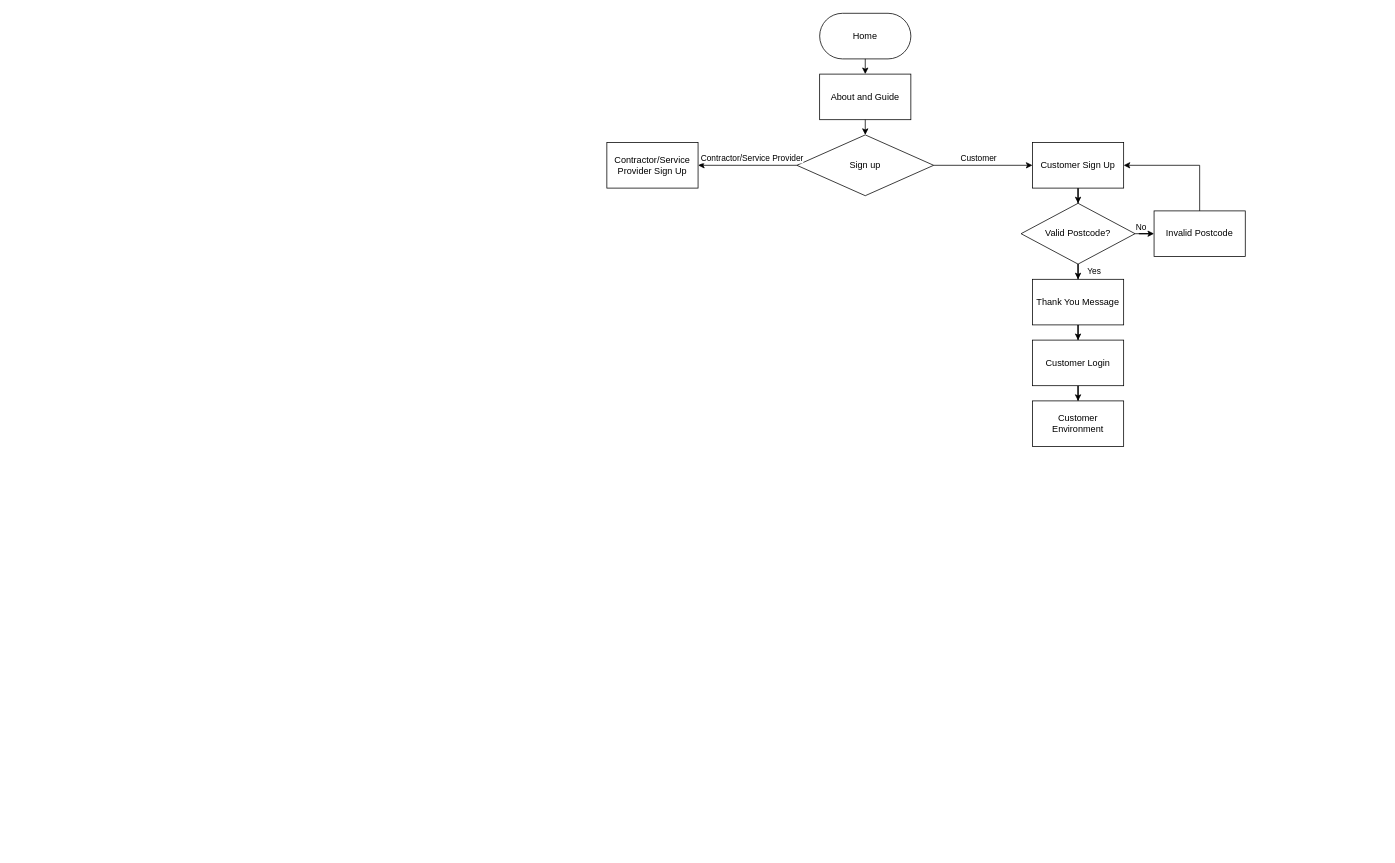
The draw.io diagram WDT Flowchart.drawio in JussSelenite/JussSelenite, before the edit. Source tidied: cells renumbered, new cells numbered last; positions are measured from the earlier drawing's top-left corner, leaving out a move shared by most shapes. Both pictures are drawn from the tidied source at 76%, with x=0, y=0 at pixel (606, 13).
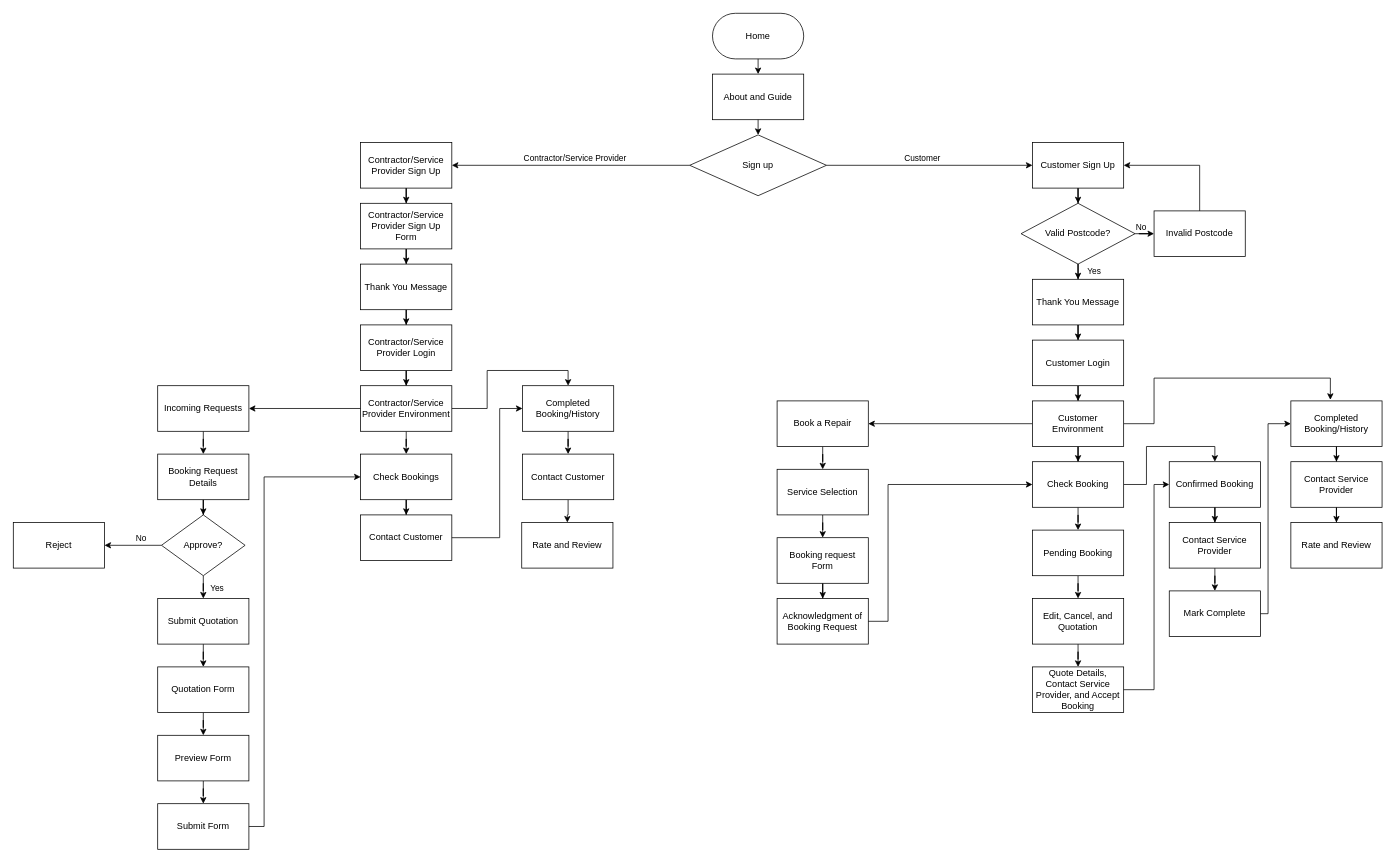
Above is the later version.

Unchanged cells that the change refers to:
```xml
<mxCell id="25" value="Customer Environment" style="rounded=0;whiteSpace=wrap;html=1;" parent="1" vertex="1">
  <mxGeometry x="560" y="510" width="120" height="60" as="geometry" />
</mxCell>
```

Diff of the diagram source:
```diff
@@
     <mxCell id="2" value="Home" style="rounded=1;whiteSpace=wrap;html=1;arcSize=50;" parent="1" vertex="1">
-      <mxGeometry x="280" width="120" height="60" as="geometry" />
+      <mxGeometry x="139" width="120" height="60" as="geometry" />
     </mxCell>
     <mxCell id="3" value="About and Guide" style="rounded=0;whiteSpace=wrap;html=1;" parent="1" vertex="1">
-      <mxGeometry x="280" y="80" width="120" height="60" as="geometry" />
+      <mxGeometry x="139" y="80" width="120" height="60" as="geometry" />
     </mxCell>
     <mxCell id="4" value="Sign up" style="rhombus;whiteSpace=wrap;html=1;" parent="1" vertex="1">
-      <mxGeometry x="250" y="160" width="180" height="80" as="geometry" />
+      <mxGeometry x="109" y="160" width="180" height="80" as="geometry" />
     </mxCell>
@@
+    <mxCell id="26" style="edgeStyle=orthogonalEdgeStyle;rounded=0;jettySize=auto;html=1;" parent="1" edge="1" source="7" target="59">
+      <mxGeometry relative="1" as="geometry" />
+    </mxCell>
     <mxCell id="7" value="Contractor/Service Provider Sign Up" style="rounded=0;whiteSpace=wrap;html=1;" parent="1" vertex="1">
-      <mxGeometry y="170" width="120" height="60" as="geometry" />
+      <mxGeometry x="-324" y="170" width="120" height="60" as="geometry" />
     </mxCell>
@@
+    <mxCell id="27" style="edgeStyle=orthogonalEdgeStyle;rounded=0;jettySize=auto;html=1;entryX=0.433;entryY=-0.024;entryDx=0;entryDy=0;entryPerimeter=0;" parent="1" edge="1" source="25" target="36">
+      <mxGeometry relative="1" as="geometry">
+        <Array as="points">
+          <mxPoint x="720" y="540" />
+          <mxPoint x="720" y="480" />
+          <mxPoint x="952" y="480" />
+        </Array>
+      </mxGeometry>
+    </mxCell>
+    <mxCell id="28" style="edgeStyle=orthogonalEdgeStyle;rounded=0;jettySize=auto;html=1;" parent="1" edge="1" source="25" target="34">
+      <mxGeometry relative="1" as="geometry" />
+    </mxCell>
+    <mxCell id="29" style="edgeStyle=orthogonalEdgeStyle;rounded=0;jettySize=auto;html=1;" parent="1" edge="1" source="25" target="31">
+      <mxGeometry relative="1" as="geometry" />
+    </mxCell>
@@
+    <mxCell id="30" style="edgeStyle=orthogonalEdgeStyle;rounded=0;jettySize=auto;html=1;" parent="1" edge="1" source="31" target="38">
+      <mxGeometry relative="1" as="geometry" />
+    </mxCell>
+    <mxCell id="31" value="Book a Repair" style="rounded=0;whiteSpace=wrap;html=1;" parent="1" vertex="1">
+      <mxGeometry x="224" y="510" width="120" height="60" as="geometry" />
+    </mxCell>
+    <mxCell id="32" style="edgeStyle=orthogonalEdgeStyle;rounded=0;jettySize=auto;html=1;entryX=0.5;entryY=0;entryDx=0;entryDy=0;" parent="1" edge="1" source="34" target="45">
+      <mxGeometry relative="1" as="geometry" />
+    </mxCell>
+    <mxCell id="33" style="edgeStyle=orthogonalEdgeStyle;rounded=0;jettySize=auto;html=1;" parent="1" edge="1" source="34" target="43">
+      <mxGeometry relative="1" as="geometry" />
+    </mxCell>
+    <mxCell id="34" value="Check Booking" style="rounded=0;whiteSpace=wrap;html=1;" parent="1" vertex="1">
+      <mxGeometry x="560" y="590" width="120" height="60" as="geometry" />
+    </mxCell>
+    <mxCell id="35" style="edgeStyle=orthogonalEdgeStyle;rounded=0;jettySize=auto;html=1;" parent="1" edge="1" source="36" target="53">
+      <mxGeometry relative="1" as="geometry" />
+    </mxCell>
+    <mxCell id="36" value="Completed Booking/History" style="rounded=0;whiteSpace=wrap;html=1;" parent="1" vertex="1">
+      <mxGeometry x="900" y="510" width="120" height="60" as="geometry" />
+    </mxCell>
+    <mxCell id="37" style="edgeStyle=orthogonalEdgeStyle;rounded=0;jettySize=auto;html=1;" parent="1" edge="1" source="38" target="40">
+      <mxGeometry relative="1" as="geometry" />
+    </mxCell>
+    <mxCell id="38" value="Service Selection" style="rounded=0;whiteSpace=wrap;html=1;" parent="1" vertex="1">
+      <mxGeometry x="224" y="600" width="120" height="60" as="geometry" />
+    </mxCell>
+    <mxCell id="39" style="edgeStyle=orthogonalEdgeStyle;rounded=0;jettySize=auto;html=1;" parent="1" edge="1" source="40" target="41">
+      <mxGeometry relative="1" as="geometry" />
+    </mxCell>
+    <mxCell id="40" value="Booking request Form" style="rounded=0;whiteSpace=wrap;html=1;" parent="1" vertex="1">
+      <mxGeometry x="224" y="690" width="120" height="60" as="geometry" />
+    </mxCell>
+    <mxCell id="41" value="Acknowledgment of Booking Request" style="rounded=0;whiteSpace=wrap;html=1;" parent="1" vertex="1">
+      <mxGeometry x="224" y="770" width="120" height="60" as="geometry" />
+    </mxCell>
+    <mxCell id="42" style="edgeStyle=orthogonalEdgeStyle;rounded=0;jettySize=auto;html=1;" parent="1" edge="1" source="43" target="50">
+      <mxGeometry relative="1" as="geometry" />
+    </mxCell>
+    <mxCell id="43" value="Pending Booking" style="rounded=0;whiteSpace=wrap;html=1;" parent="1" vertex="1">
+      <mxGeometry x="560" y="680" width="120" height="60" as="geometry" />
+    </mxCell>
+    <mxCell id="44" style="edgeStyle=orthogonalEdgeStyle;rounded=0;jettySize=auto;html=1;" parent="1" edge="1" source="45" target="47">
+      <mxGeometry relative="1" as="geometry" />
+    </mxCell>
+    <mxCell id="45" value="Confirmed Booking" style="rounded=0;whiteSpace=wrap;html=1;" parent="1" vertex="1">
+      <mxGeometry x="740" y="590" width="120" height="60" as="geometry" />
+    </mxCell>
+    <mxCell id="46" style="edgeStyle=orthogonalEdgeStyle;rounded=0;jettySize=auto;html=1;" parent="1" edge="1" source="47" target="48">
+      <mxGeometry relative="1" as="geometry" />
+    </mxCell>
+    <mxCell id="47" value="Contact Service Provider" style="rounded=0;whiteSpace=wrap;html=1;" parent="1" vertex="1">
+      <mxGeometry x="740" y="670" width="120" height="60" as="geometry" />
+    </mxCell>
+    <mxCell id="48" value="Mark Complete" style="rounded=0;whiteSpace=wrap;html=1;" parent="1" vertex="1">
+      <mxGeometry x="740" y="760" width="120" height="60" as="geometry" />
+    </mxCell>
+    <mxCell id="49" style="edgeStyle=orthogonalEdgeStyle;rounded=0;jettySize=auto;html=1;" parent="1" edge="1" source="50" target="51">
+      <mxGeometry relative="1" as="geometry" />
+    </mxCell>
+    <mxCell id="50" value="Edit, Cancel, and Quotation" style="rounded=0;whiteSpace=wrap;html=1;" parent="1" vertex="1">
+      <mxGeometry x="560" y="770" width="120" height="60" as="geometry" />
+    </mxCell>
+    <mxCell id="51" value="Quote Details, Contact Service Provider, and Accept Booking" style="rounded=0;whiteSpace=wrap;html=1;" parent="1" vertex="1">
+      <mxGeometry x="560" y="860" width="120" height="60" as="geometry" />
+    </mxCell>
+    <mxCell id="52" style="edgeStyle=orthogonalEdgeStyle;rounded=0;jettySize=auto;html=1;" parent="1" edge="1" source="53" target="54">
+      <mxGeometry relative="1" as="geometry" />
+    </mxCell>
+    <mxCell id="53" value="Contact Service Provider" style="rounded=0;whiteSpace=wrap;html=1;" parent="1" vertex="1">
+      <mxGeometry x="900" y="590" width="120" height="60" as="geometry" />
+    </mxCell>
+    <mxCell id="54" value="Rate and Review" style="rounded=0;whiteSpace=wrap;html=1;" parent="1" vertex="1">
+      <mxGeometry x="900" y="670" width="120" height="60" as="geometry" />
+    </mxCell>
+    <mxCell id="55" style="endArrow=classic;html=1;rounded=0;entryX=0;entryY=0.5;entryDx=0;entryDy=0;exitX=1;exitY=0.5;exitDx=0;exitDy=0;" parent="1" edge="1" source="41" target="34">
+      <mxGeometry relative="1" as="geometry">
+        <Array as="points">
+          <mxPoint x="370" y="800" />
+          <mxPoint x="370" y="620" />
+        </Array>
+      </mxGeometry>
+    </mxCell>
+    <mxCell id="56" style="endArrow=classic;html=1;rounded=0;entryX=0;entryY=0.5;entryDx=0;entryDy=0;exitX=1;exitY=0.5;exitDx=0;exitDy=0;" parent="1" edge="1" source="51" target="45">
+      <mxGeometry relative="1" as="geometry">
+        <Array as="points">
+          <mxPoint x="720" y="890" />
+          <mxPoint x="720" y="620" />
+        </Array>
+      </mxGeometry>
+    </mxCell>
+    <mxCell id="57" style="endArrow=classic;html=1;rounded=0;exitX=1;exitY=0.5;exitDx=0;exitDy=0;entryX=0;entryY=0.5;entryDx=0;entryDy=0;" parent="1" edge="1" source="48" target="36">
+      <mxGeometry relative="1" as="geometry">
+        <Array as="points">
+          <mxPoint x="870" y="790" />
+          <mxPoint x="870" y="540" />
+        </Array>
+      </mxGeometry>
+    </mxCell>
+    <mxCell id="58" style="edgeStyle=orthogonalEdgeStyle;rounded=0;jettySize=auto;html=1;" parent="1" edge="1" source="59" target="61">
+      <mxGeometry relative="1" as="geometry" />
+    </mxCell>
+    <mxCell id="59" value="Contractor/Service Provider Sign Up Form" style="rounded=0;whiteSpace=wrap;html=1;" parent="1" vertex="1">
+      <mxGeometry x="-324" y="250" width="120" height="60" as="geometry" />
+    </mxCell>
+    <mxCell id="60" style="edgeStyle=orthogonalEdgeStyle;rounded=0;jettySize=auto;html=1;" parent="1" edge="1" source="61" target="63">
+      <mxGeometry relative="1" as="geometry" />
+    </mxCell>
+    <mxCell id="61" value="Thank You Message" style="rounded=0;whiteSpace=wrap;html=1;" parent="1" vertex="1">
+      <mxGeometry x="-324" y="330" width="120" height="60" as="geometry" />
+    </mxCell>
+    <mxCell id="62" style="edgeStyle=orthogonalEdgeStyle;rounded=0;jettySize=auto;html=1;" parent="1" edge="1" source="63" target="67">
+      <mxGeometry relative="1" as="geometry" />
+    </mxCell>
+    <mxCell id="63" value="Contractor/Service Provider Login" style="rounded=0;whiteSpace=wrap;html=1;" parent="1" vertex="1">
+      <mxGeometry x="-324" y="410" width="120" height="60" as="geometry" />
+    </mxCell>
+    <mxCell id="64" style="edgeStyle=orthogonalEdgeStyle;rounded=0;jettySize=auto;html=1;" parent="1" edge="1" source="67" target="69">
+      <mxGeometry relative="1" as="geometry" />
+    </mxCell>
+    <mxCell id="65" style="edgeStyle=orthogonalEdgeStyle;rounded=0;jettySize=auto;html=1;entryX=0.5;entryY=0;entryDx=0;entryDy=0;" parent="1" edge="1" source="67" target="71">
+      <mxGeometry relative="1" as="geometry" />
+    </mxCell>
+    <mxCell id="66" style="edgeStyle=orthogonalEdgeStyle;rounded=0;jettySize=auto;html=1;" parent="1" edge="1" source="67" target="73">
+      <mxGeometry relative="1" as="geometry" />
+    </mxCell>
+    <mxCell id="67" value="Contractor/Service Provider Environment" style="rounded=0;whiteSpace=wrap;html=1;" parent="1" vertex="1">
+      <mxGeometry x="-324" y="490" width="120" height="60" as="geometry" />
+    </mxCell>
+    <mxCell id="68" style="edgeStyle=orthogonalEdgeStyle;rounded=0;jettySize=auto;html=1;" parent="1" edge="1" source="69" target="75">
+      <mxGeometry relative="1" as="geometry" />
+    </mxCell>
+    <mxCell id="69" value="Incoming Requests" style="rounded=0;whiteSpace=wrap;html=1;" parent="1" vertex="1">
+      <mxGeometry x="-591" y="490" width="120" height="60" as="geometry" />
+    </mxCell>
+    <mxCell id="70" style="edgeStyle=orthogonalEdgeStyle;rounded=0;jettySize=auto;html=1;" parent="1" edge="1" source="71" target="92">
+      <mxGeometry relative="1" as="geometry" />
+    </mxCell>
+    <mxCell id="71" value="Completed Booking/History" style="rounded=0;whiteSpace=wrap;html=1;" parent="1" vertex="1">
+      <mxGeometry x="-111" y="490" width="120" height="60" as="geometry" />
+    </mxCell>
+    <mxCell id="72" style="edgeStyle=orthogonalEdgeStyle;rounded=0;jettySize=auto;html=1;" parent="1" edge="1" source="73" target="89">
+      <mxGeometry relative="1" as="geometry" />
+    </mxCell>
+    <mxCell id="73" value="Check Bookings" style="rounded=0;whiteSpace=wrap;html=1;" parent="1" vertex="1">
+      <mxGeometry x="-324" y="580" width="120" height="60" as="geometry" />
+    </mxCell>
+    <mxCell id="74" style="edgeStyle=orthogonalEdgeStyle;rounded=0;jettySize=auto;html=1;" parent="1" edge="1" source="75" target="80">
+      <mxGeometry relative="1" as="geometry" />
+    </mxCell>
+    <mxCell id="75" value="Booking Request Details" style="rounded=0;whiteSpace=wrap;html=1;" parent="1" vertex="1">
+      <mxGeometry x="-591" y="580" width="120" height="60" as="geometry" />
+    </mxCell>
+    <mxCell id="76" style="edgeStyle=orthogonalEdgeStyle;rounded=0;jettySize=auto;html=1;" parent="1" edge="1" source="80" target="81">
+      <mxGeometry relative="1" as="geometry" />
+    </mxCell>
+    <mxCell id="77" value="No" style="edgeLabel;html=1;align=center;verticalAlign=middle;" parent="76" vertex="1">
+      <mxGeometry x="-0.26" y="1" relative="1" as="geometry">
+        <mxPoint y="-11" as="offset" />
+      </mxGeometry>
+    </mxCell>
+    <mxCell id="78" style="edgeStyle=orthogonalEdgeStyle;rounded=0;jettySize=auto;html=1;" parent="1" edge="1" source="80" target="83">
+      <mxGeometry relative="1" as="geometry" />
+    </mxCell>
+    <mxCell id="79" value="Yes" style="edgeLabel;html=1;align=center;verticalAlign=middle;" parent="78" vertex="1">
+      <mxGeometry x="-0.13" y="-1" relative="1" as="geometry">
+        <mxPoint x="16" y="-2" as="offset" />
+      </mxGeometry>
+    </mxCell>
+    <mxCell id="80" value="Approve?" style="rhombus;whiteSpace=wrap;html=1;" parent="1" vertex="1">
+      <mxGeometry x="-586" y="660" width="110" height="80" as="geometry" />
+    </mxCell>
+    <mxCell id="81" value="Reject" style="whiteSpace=wrap;html=1;" parent="1" vertex="1">
+      <mxGeometry x="-781" y="670" width="120" height="60" as="geometry" />
+    </mxCell>
+    <mxCell id="82" style="edgeStyle=orthogonalEdgeStyle;rounded=0;jettySize=auto;html=1;" parent="1" edge="1" source="83" target="85">
+      <mxGeometry relative="1" as="geometry" />
+    </mxCell>
+    <mxCell id="83" value="Submit Quotation" style="whiteSpace=wrap;html=1;" parent="1" vertex="1">
+      <mxGeometry x="-591" y="770" width="120" height="60" as="geometry" />
+    </mxCell>
+    <mxCell id="84" style="edgeStyle=orthogonalEdgeStyle;rounded=0;jettySize=auto;html=1;" parent="1" edge="1" source="85" target="87">
+      <mxGeometry relative="1" as="geometry" />
+    </mxCell>
+    <mxCell id="85" value="Quotation Form" style="whiteSpace=wrap;html=1;" parent="1" vertex="1">
+      <mxGeometry x="-591" y="860" width="120" height="60" as="geometry" />
+    </mxCell>
+    <mxCell id="86" style="edgeStyle=orthogonalEdgeStyle;rounded=0;jettySize=auto;html=1;" parent="1" edge="1" source="87" target="88">
+      <mxGeometry relative="1" as="geometry" />
+    </mxCell>
+    <mxCell id="87" value="Preview Form" style="whiteSpace=wrap;html=1;" parent="1" vertex="1">
+      <mxGeometry x="-591" y="950" width="120" height="60" as="geometry" />
+    </mxCell>
+    <mxCell id="88" value="Submit Form" style="whiteSpace=wrap;html=1;" parent="1" vertex="1">
+      <mxGeometry x="-591" y="1040" width="120" height="60" as="geometry" />
+    </mxCell>
+    <mxCell id="89" value="Contact Customer" style="rounded=0;whiteSpace=wrap;html=1;" parent="1" vertex="1">
+      <mxGeometry x="-324" y="660" width="120" height="60" as="geometry" />
+    </mxCell>
+    <mxCell id="90" style="endArrow=classic;html=1;rounded=0;entryX=0;entryY=0.5;entryDx=0;entryDy=0;exitX=1;exitY=0.5;exitDx=0;exitDy=0;" parent="1" edge="1" source="88" target="73">
+      <mxGeometry relative="1" as="geometry">
+        <Array as="points">
+          <mxPoint x="-451" y="1070" />
+          <mxPoint x="-451" y="610" />
+        </Array>
+      </mxGeometry>
+    </mxCell>
+    <mxCell id="91" style="edgeStyle=orthogonalEdgeStyle;rounded=0;jettySize=auto;html=1;" parent="1" edge="1" source="92" target="93">
+      <mxGeometry relative="1" as="geometry" />
+    </mxCell>
+    <mxCell id="92" value="Contact Customer" style="rounded=0;whiteSpace=wrap;html=1;" parent="1" vertex="1">
+      <mxGeometry x="-111" y="580" width="120" height="60" as="geometry" />
+    </mxCell>
+    <mxCell id="93" value="Rate and Review" style="rounded=0;whiteSpace=wrap;html=1;" parent="1" vertex="1">
+      <mxGeometry x="-112" y="670" width="120" height="60" as="geometry" />
+    </mxCell>
+    <mxCell id="94" style="endArrow=classic;html=1;rounded=0;entryX=0;entryY=0.5;entryDx=0;entryDy=0;exitX=1;exitY=0.5;exitDx=0;exitDy=0;" parent="1" edge="1" source="89" target="71">
+      <mxGeometry relative="1" as="geometry">
+        <Array as="points">
+          <mxPoint x="-141" y="690" />
+          <mxPoint x="-141" y="520" />
+        </Array>
+      </mxGeometry>
+    </mxCell>
```
